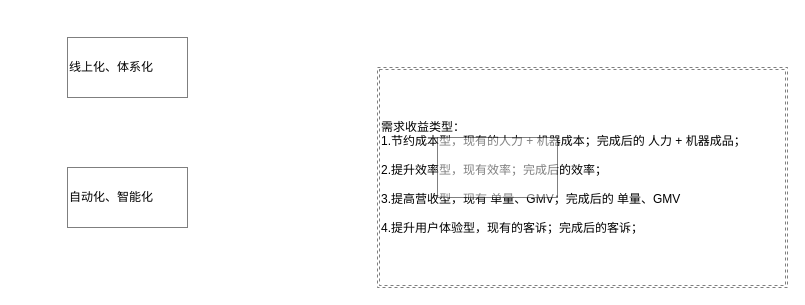
The draw.io diagram page "Page-5" (6 of 6) of 需求ROI评估.drawio in lihongliang1989/diagram, before the edit. Source tidied: cells renumbered, new cells numbered last; positions are measured from the earlier drawing's top-left corner, leaving out a move shared by most shapes. Both pictures are drawn from the tidied source at 100%, with x=0, y=0 at pixel (67, 37).
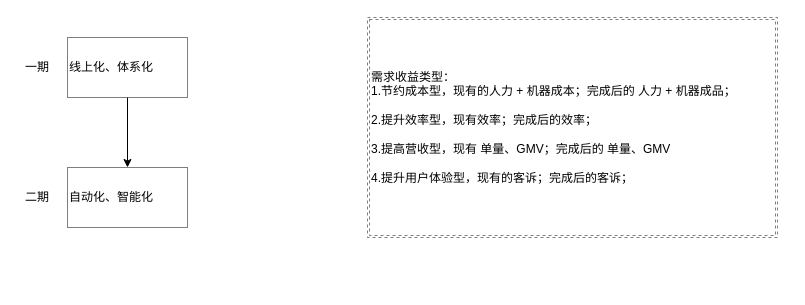
After the change.

Change to the diagram source:
```diff
@@
 <mxGraphModel>
   <root>
     <mxCell id="0" />
     <mxCell id="1" parent="0" />
     <mxCell id="2" value="需求收益类型：&lt;br&gt;1.节约成本型，现有的人力 + 机器成本；完成后的 人力 + 机器成品；&lt;br&gt;&lt;br&gt;2.提升效率型，现有效率；完成后的效率；&lt;br&gt;&lt;br&gt;3.提高营收型，现有 单量、GMV；完成后的 单量、GMV&lt;br&gt;&lt;br&gt;4.提升用户体验型，现有的客诉；完成后的客诉；" style="shape=ext;double=1;rounded=0;whiteSpace=wrap;html=1;shadow=0;glass=0;dashed=1;sketch=0;fontColor=#000000;strokeColor=#000000;fillColor=#FFFFFF;align=left;opacity=50;" parent="1" vertex="1">
-      <mxGeometry x="310" y="30" width="410" height="220" as="geometry" />
+      <mxGeometry x="300" y="-20" width="410" height="220" as="geometry" />
     </mxCell>
-    <mxCell id="3" style="rounded=0;whiteSpace=wrap;html=1;shadow=0;glass=0;sketch=0;fontColor=#000000;strokeColor=#000000;fillColor=#FFFFFF;align=left;opacity=50;" parent="1" vertex="1">
-      <mxGeometry x="370" y="100" width="120" height="60" as="geometry" />
-    </mxCell>
+    <mxCell id="6" style="edgeStyle=orthogonalEdgeStyle;rounded=0;jettySize=auto;html=1;fontColor=#000000;" parent="1" edge="1" source="4" target="5">
+      <mxGeometry relative="1" as="geometry" />
+    </mxCell>
     <mxCell id="4" value="线上化、体系化" style="rounded=0;whiteSpace=wrap;html=1;shadow=0;glass=0;sketch=0;fontColor=#000000;strokeColor=#000000;fillColor=#FFFFFF;align=left;opacity=50;" parent="1" vertex="1">
       <mxGeometry width="120" height="60" as="geometry" />
     </mxCell>
     <mxCell id="5" value="自动化、智能化" style="rounded=0;whiteSpace=wrap;html=1;shadow=0;glass=0;sketch=0;fontColor=#000000;strokeColor=#000000;fillColor=#FFFFFF;align=left;opacity=50;" parent="1" vertex="1">
       <mxGeometry y="130" width="120" height="60" as="geometry" />
     </mxCell>
+    <mxCell id="7" value="一期" style="text;html=1;strokeColor=none;fillColor=none;align=center;verticalAlign=middle;whiteSpace=wrap;rounded=0;shadow=0;glass=0;dashed=1;sketch=0;fontColor=#000000;opacity=50;" parent="1" vertex="1">
+      <mxGeometry x="-50" y="20" width="40" height="20" as="geometry" />
+    </mxCell>
+    <mxCell id="8" value="二期" style="text;html=1;strokeColor=none;fillColor=none;align=center;verticalAlign=middle;whiteSpace=wrap;rounded=0;shadow=0;glass=0;dashed=1;sketch=0;fontColor=#000000;opacity=50;" parent="1" vertex="1">
+      <mxGeometry x="-50" y="150" width="40" height="20" as="geometry" />
+    </mxCell>
   </root>
 </mxGraphModel>
```
